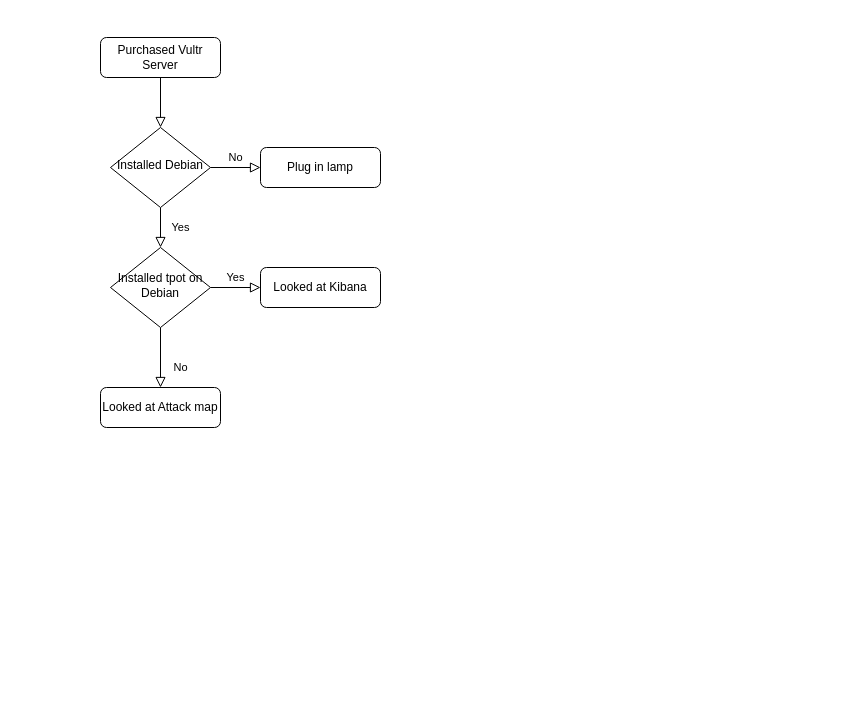
This is cyb590ppt.drawio from LLuviaHombreKano/Java-for-DevOps, a draw.io file, before an edit. Source tidied: cells renumbered, new cells numbered last; positions are measured from the earlier drawing's top-left corner, leaving out a move shared by most shapes. Both pictures are drawn from the tidied source at 100%, with x=0, y=0 at pixel (100, 37). Pictures stored in the file or linked from it are replaced by grey dashed boxes.
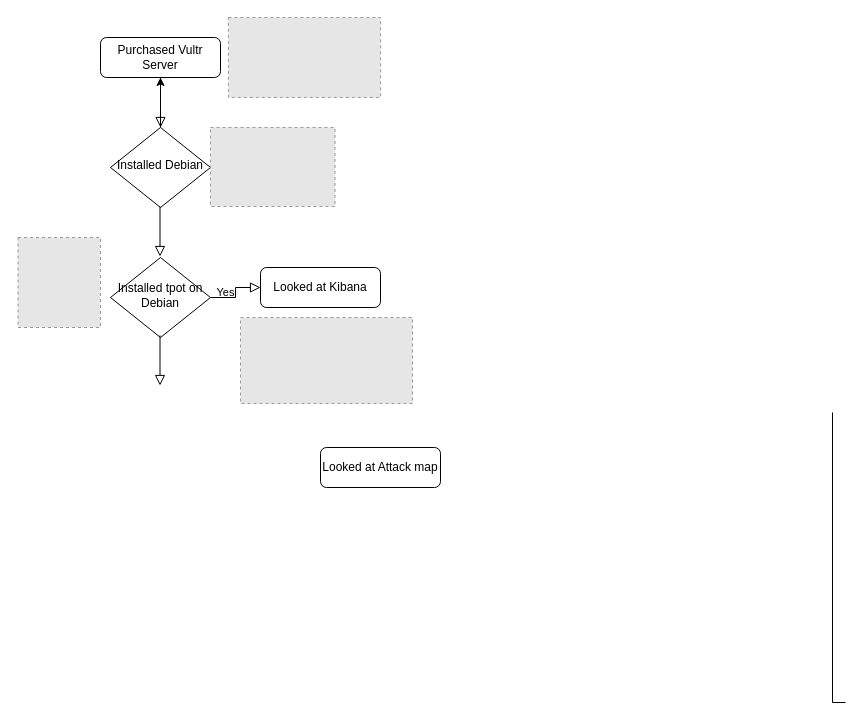
The same page after the edit.

Unchanged cells that the change refers to:
```xml
<mxCell id="3" value="Purchased Vultr Server" style="rounded=1;whiteSpace=wrap;html=1;fontSize=12;glass=0;strokeWidth=1;shadow=0;" parent="1" vertex="1">
  <mxGeometry width="120" height="40" as="geometry" />
</mxCell>
<mxCell id="6" value="Installed Debian" style="rhombus;whiteSpace=wrap;html=1;shadow=0;fontFamily=Helvetica;fontSize=12;align=center;strokeWidth=1;spacing=6;spacingTop=-4;" parent="1" vertex="1">
  <mxGeometry x="10" y="90" width="100" height="80" as="geometry" />
</mxCell>
```

Diff of the diagram source:
```diff
@@
-    <mxCell id="4" value="Yes" style="rounded=0;html=1;jettySize=auto;fontSize=11;endArrow=block;endFill=0;endSize=8;strokeWidth=1;shadow=0;labelBackgroundColor=none;edgeStyle=orthogonalEdgeStyle;" parent="1" edge="1" source="6" target="10">
-      <mxGeometry y="20" relative="1" as="geometry" />
-    </mxCell>
-    <mxCell id="5" value="No" style="edgeStyle=orthogonalEdgeStyle;rounded=0;html=1;jettySize=auto;fontSize=11;endArrow=block;endFill=0;endSize=8;strokeWidth=1;shadow=0;labelBackgroundColor=none;" parent="1" edge="1" source="6" target="7">
-      <mxGeometry y="10" relative="1" as="geometry" />
-    </mxCell>
+    <mxCell id="13" style="edgeStyle=orthogonalEdgeStyle;rounded=0;jettySize=auto;html=1;" parent="1" edge="1" source="6" target="3">
+      <mxGeometry relative="1" as="geometry" />
+    </mxCell>
@@
-    <mxCell id="7" value="Plug in lamp" style="rounded=1;whiteSpace=wrap;html=1;fontSize=12;glass=0;strokeWidth=1;shadow=0;" parent="1" vertex="1">
-      <mxGeometry x="160" y="110" width="120" height="40" as="geometry" />
-    </mxCell>
-    <mxCell id="8" value="No" style="rounded=0;html=1;jettySize=auto;fontSize=11;endArrow=block;endFill=0;endSize=8;strokeWidth=1;shadow=0;labelBackgroundColor=none;edgeStyle=orthogonalEdgeStyle;" parent="1" edge="1" source="10" target="11">
-      <mxGeometry x="0.33" y="20" relative="1" as="geometry" />
-    </mxCell>
@@
     <mxCell id="10" value="Installed tpot on Debian" style="rhombus;whiteSpace=wrap;html=1;shadow=0;fontFamily=Helvetica;fontSize=12;align=center;strokeWidth=1;spacing=6;spacingTop=-4;" parent="1" vertex="1">
-      <mxGeometry x="10" y="210" width="100" height="80" as="geometry" />
+      <mxGeometry x="10" y="220" width="100" height="80" as="geometry" />
     </mxCell>
     <mxCell id="11" value="Looked at Attack map" style="rounded=1;whiteSpace=wrap;html=1;fontSize=12;glass=0;strokeWidth=1;shadow=0;" parent="1" vertex="1">
-      <mxGeometry y="350" width="120" height="40" as="geometry" />
+      <mxGeometry x="220" y="410" width="120" height="40" as="geometry" />
     </mxCell>
@@
+    <mxCell id="14" style="fillColor=#E6E6E6;strokeColor=#999999;dashed=1;verticalLabelPosition=bottom;labelBackgroundColor=default;verticalAlign=top;" parent="1" vertex="1">
+      <mxGeometry x="127.9" y="-20" width="152.2" height="80" as="geometry" />
+    </mxCell>
+    <mxCell id="15" style="fillColor=#E6E6E6;strokeColor=#999999;dashed=1;verticalLabelPosition=bottom;labelBackgroundColor=default;verticalAlign=top;" parent="1" vertex="1">
+      <mxGeometry x="110" y="90" width="124.5" height="79" as="geometry" />
+    </mxCell>
+    <mxCell id="16" style="fillColor=#E6E6E6;strokeColor=#999999;dashed=1;verticalLabelPosition=bottom;labelBackgroundColor=default;verticalAlign=top;" parent="1" vertex="1">
+      <mxGeometry x="-82.5" y="200" width="82.5" height="90" as="geometry" />
+    </mxCell>
+    <mxCell id="17" style="fillColor=#E6E6E6;strokeColor=#999999;dashed=1;verticalLabelPosition=bottom;labelBackgroundColor=default;verticalAlign=top;" parent="1" vertex="1">
+      <mxGeometry x="140" y="280" width="172" height="86" as="geometry" />
+    </mxCell>
+    <mxCell id="18" style="rounded=0;html=1;jettySize=auto;orthogonalLoop=1;fontSize=11;endArrow=block;endFill=0;endSize=8;strokeWidth=1;shadow=0;labelBackgroundColor=none;edgeStyle=orthogonalEdgeStyle;" parent="1" edge="1">
+      <mxGeometry relative="1" as="geometry">
+        <mxPoint x="59.5" y="169" as="sourcePoint" />
+        <mxPoint x="59.5" y="219" as="targetPoint" />
+      </mxGeometry>
+    </mxCell>
+    <mxCell id="19" style="rounded=0;html=1;jettySize=auto;orthogonalLoop=1;fontSize=11;endArrow=block;endFill=0;endSize=8;strokeWidth=1;shadow=0;labelBackgroundColor=none;edgeStyle=orthogonalEdgeStyle;" parent="1" edge="1">
+      <mxGeometry relative="1" as="geometry">
+        <mxPoint x="59.5" y="298" as="sourcePoint" />
+        <mxPoint x="59.5" y="348" as="targetPoint" />
+        <Array as="points">
+          <mxPoint x="59.5" y="328" />
+          <mxPoint x="59.5" y="328" />
+        </Array>
+      </mxGeometry>
+    </mxCell>
+    <mxCell id="20" style="edgeStyle=orthogonalEdgeStyle;html=1;startSize=6;endFill=0;endSize=6;strokeWidth=1;fontSize=16;rounded=0;endArrow=none;entryX=0;entryY=0.5;" parent="1" edge="1">
+      <mxGeometry relative="1" as="geometry">
+        <mxPoint x="732" y="375" as="sourcePoint" />
+        <mxPoint x="745" y="665" as="targetPoint" />
+        <Array as="points">
+          <mxPoint x="732" y="665" />
+        </Array>
+      </mxGeometry>
+    </mxCell>
```
